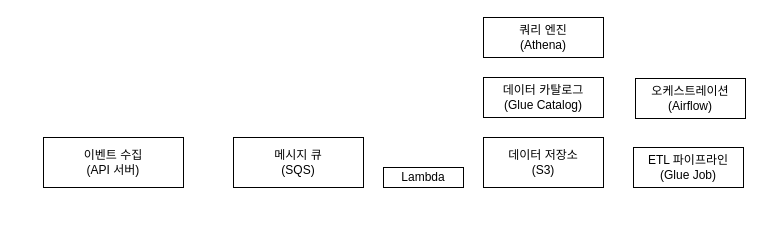
Before: milli.drawio in bsch0111/draw, a draw.io diagram. Source tidied: cells renumbered, new cells numbered last; positions are measured from the earlier drawing's top-left corner, leaving out a move shared by most shapes. Both pictures are drawn from the tidied source at 100%, with x=0, y=0 at pixel (43, 17).
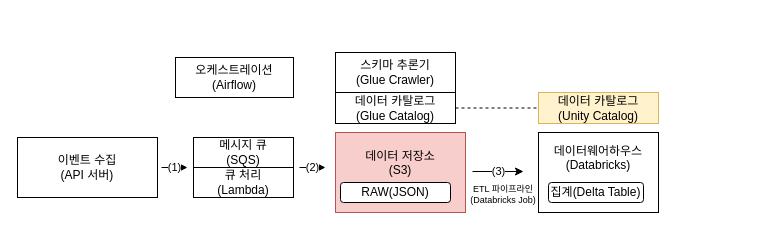
The same diagram, later.

The edit, as a diff of the source:
```diff
@@
+    <mxCell id="10" value="(1)" style="edgeStyle=orthogonalEdgeStyle;rounded=0;orthogonalLoop=1;jettySize=auto;html=1;" parent="1" edge="1">
+      <mxGeometry relative="1" as="geometry">
+        <mxPoint x="118" y="150" as="sourcePoint" />
+        <mxPoint x="144" y="150" as="targetPoint" />
+      </mxGeometry>
+    </mxCell>
     <mxCell id="2" value="&lt;div&gt;이벤트 수집&lt;/div&gt;&lt;div&gt;(API 서버)&lt;/div&gt;" style="rounded=0;whiteSpace=wrap;html=1;" parent="1" vertex="1">
-      <mxGeometry y="120" width="140" height="50" as="geometry" />
+      <mxGeometry x="-26" y="120" width="140" height="60" as="geometry" />
     </mxCell>
     <mxCell id="3" value="메시지 큐&lt;br&gt;(SQS)" style="rounded=0;whiteSpace=wrap;html=1;" parent="1" vertex="1">
-      <mxGeometry x="190" y="120" width="130" height="50" as="geometry" />
+      <mxGeometry x="150" y="120" width="100" height="30" as="geometry" />
     </mxCell>
-    <mxCell id="4" value="Lambda" style="rounded=0;whiteSpace=wrap;html=1;" parent="1" vertex="1">
-      <mxGeometry x="340" y="150" width="80" height="20" as="geometry" />
+    <mxCell id="4" value="&lt;div&gt;큐 처리&lt;/div&gt;&lt;div&gt;(Lambda)&lt;/div&gt;" style="rounded=0;whiteSpace=wrap;html=1;" parent="1" vertex="1">
+      <mxGeometry x="150" y="150" width="100" height="30" as="geometry" />
     </mxCell>
-    <mxCell id="5" value="&lt;div&gt;데이터 저장소&lt;/div&gt;&lt;div&gt;(S3)&lt;/div&gt;" style="rounded=0;whiteSpace=wrap;html=1;" parent="1" vertex="1">
-      <mxGeometry x="440" y="120" width="120" height="50" as="geometry" />
+    <mxCell id="5" style="rounded=0;whiteSpace=wrap;html=1;fillColor=#f8cecc;strokeColor=#b85450;" parent="1" vertex="1">
+      <mxGeometry x="292" y="115" width="130" height="80" as="geometry" />
     </mxCell>
-    <mxCell id="6" value="&lt;div&gt;데이터 카탈로그&lt;/div&gt;&lt;div&gt;(Glue Catalog)&lt;/div&gt;" style="rounded=0;whiteSpace=wrap;html=1;" parent="1" vertex="1">
-      <mxGeometry x="440" y="60" width="120" height="40" as="geometry" />
+    <mxCell id="6" value="&lt;div&gt;데이터 카탈로그&lt;br&gt;(Unity Catalog)&lt;/div&gt;" style="rounded=0;whiteSpace=wrap;html=1;fillColor=#fff2cc;strokeColor=#d6b656;" parent="1" vertex="1">
+      <mxGeometry x="495" y="75" width="120" height="31" as="geometry" />
     </mxCell>
-    <mxCell id="7" value="&lt;div&gt;ETL 파이프라인&lt;/div&gt;&lt;div&gt;(Glue Job)&lt;/div&gt;" style="rounded=0;whiteSpace=wrap;html=1;" parent="1" vertex="1">
-      <mxGeometry x="590" y="130" width="110" height="40" as="geometry" />
-    </mxCell>
-    <mxCell id="8" value="&lt;div&gt;쿼리 엔진&lt;/div&gt;&lt;div&gt;(Athena)&lt;/div&gt;" style="rounded=0;whiteSpace=wrap;html=1;" parent="1" vertex="1">
-      <mxGeometry x="440" width="120" height="40" as="geometry" />
-    </mxCell>
     <mxCell id="9" value="&lt;div&gt;오케스트레이션&lt;/div&gt;&lt;div&gt;(Airflow)&lt;/div&gt;" style="rounded=0;whiteSpace=wrap;html=1;" parent="1" vertex="1">
-      <mxGeometry x="592" y="61" width="110" height="40" as="geometry" />
+      <mxGeometry x="132" y="40" width="118" height="40" as="geometry" />
     </mxCell>
+    <mxCell id="11" style="rounded=0;whiteSpace=wrap;html=1;" parent="1" vertex="1">
+      <mxGeometry x="495" y="115" width="120" height="80" as="geometry" />
+    </mxCell>
+    <mxCell id="12" value="&lt;div&gt;스키마 추론기&lt;/div&gt;&lt;div&gt;(Glue Crawler)&lt;/div&gt;" style="rounded=0;whiteSpace=wrap;html=1;" parent="1" vertex="1">
+      <mxGeometry x="292" y="35" width="120" height="40" as="geometry" />
+    </mxCell>
+    <mxCell id="13" value="RAW(JSON)" style="rounded=1;whiteSpace=wrap;html=1;" parent="1" vertex="1">
+      <mxGeometry x="297" y="165" width="110" height="20" as="geometry" />
+    </mxCell>
+    <mxCell id="14" value="집계(Delta Table)" style="rounded=1;whiteSpace=wrap;html=1;" parent="1" vertex="1">
+      <mxGeometry x="505" y="165" width="95" height="20" as="geometry" />
+    </mxCell>
+    <mxCell id="15" value="&lt;div&gt;데이터 저장소&lt;/div&gt;&lt;div&gt;(S3)&lt;/div&gt;" style="text;whiteSpace=wrap;html=1;align=center;" parent="1" vertex="1">
+      <mxGeometry x="307" y="125" width="100" height="50" as="geometry" />
+    </mxCell>
+    <mxCell id="16" style="edgeStyle=orthogonalEdgeStyle;rounded=0;jettySize=auto;html=1;endArrow=none;startFill=0;dashed=1;" parent="1" edge="1" source="17" target="6">
+      <mxGeometry relative="1" as="geometry" />
+    </mxCell>
+    <mxCell id="17" value="&lt;div&gt;데이터 카탈로그&lt;br&gt;(Glue Catalog)&lt;/div&gt;" style="rounded=0;whiteSpace=wrap;html=1;" parent="1" vertex="1">
+      <mxGeometry x="292" y="75" width="120" height="31" as="geometry" />
+    </mxCell>
+    <mxCell id="18" value="&lt;div&gt;데이터웨어하우스&lt;/div&gt;&lt;div&gt;(Databricks)&lt;/div&gt;" style="text;whiteSpace=wrap;html=1;align=center;" parent="1" vertex="1">
+      <mxGeometry x="495" y="120" width="120" height="50" as="geometry" />
+    </mxCell>
+    <mxCell id="19" value="(2)" style="edgeStyle=orthogonalEdgeStyle;rounded=0;orthogonalLoop=1;jettySize=auto;html=1;" parent="1" edge="1">
+      <mxGeometry relative="1" as="geometry">
+        <mxPoint x="256" y="150" as="sourcePoint" />
+        <mxPoint x="282" y="150" as="targetPoint" />
+      </mxGeometry>
+    </mxCell>
+    <mxCell id="20" value="(3)" style="edgeStyle=orthogonalEdgeStyle;rounded=0;orthogonalLoop=1;jettySize=auto;html=1;" parent="1" edge="1">
+      <mxGeometry relative="1" as="geometry">
+        <mxPoint x="429" y="154" as="sourcePoint" />
+        <mxPoint x="480" y="154" as="targetPoint" />
+      </mxGeometry>
+    </mxCell>
+    <mxCell id="21" value="&lt;div&gt;ETL 파이프라인&lt;/div&gt;&lt;div&gt;(Databricks Job)&lt;/div&gt;" style="text;whiteSpace=wrap;html=1;fontSize=9;align=center;" parent="1" vertex="1">
+      <mxGeometry x="400" y="160" width="120" height="50" as="geometry" />
+    </mxCell>
```
